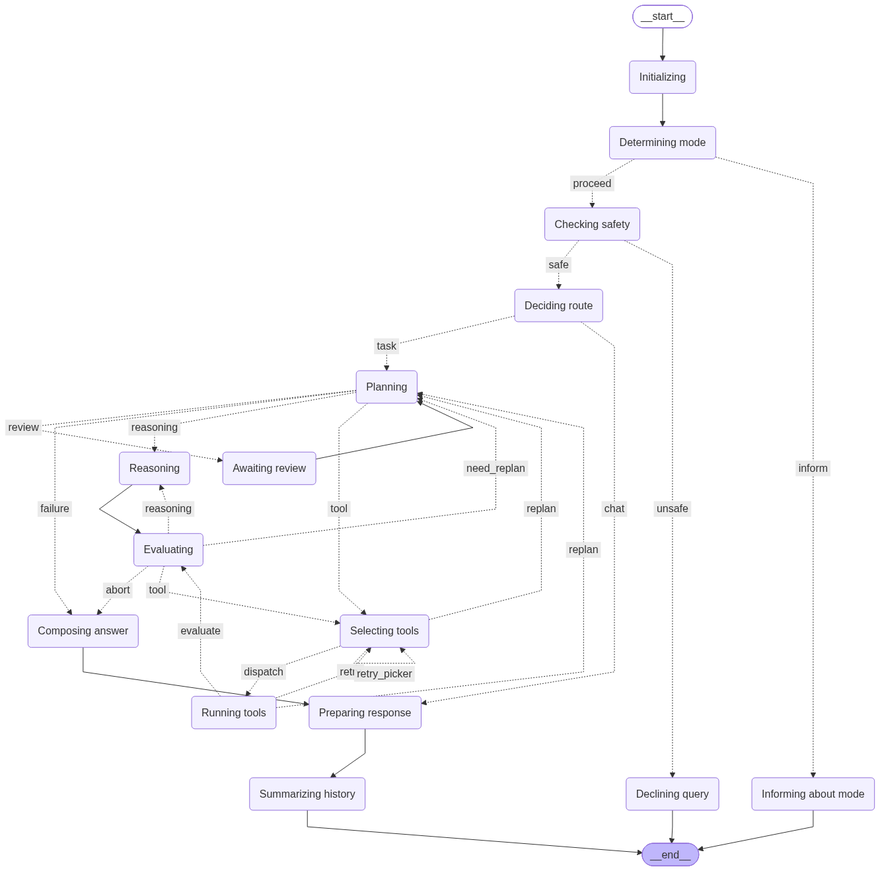
NeuroML/klea keeps this Mermaid diagram as agent_pkg/example-configs/klea-agent-lang-graph.png. Above is the earlier version. Its source is kept beside it as agent_pkg/example-configs/klea-agent-lang-graph.mmd.
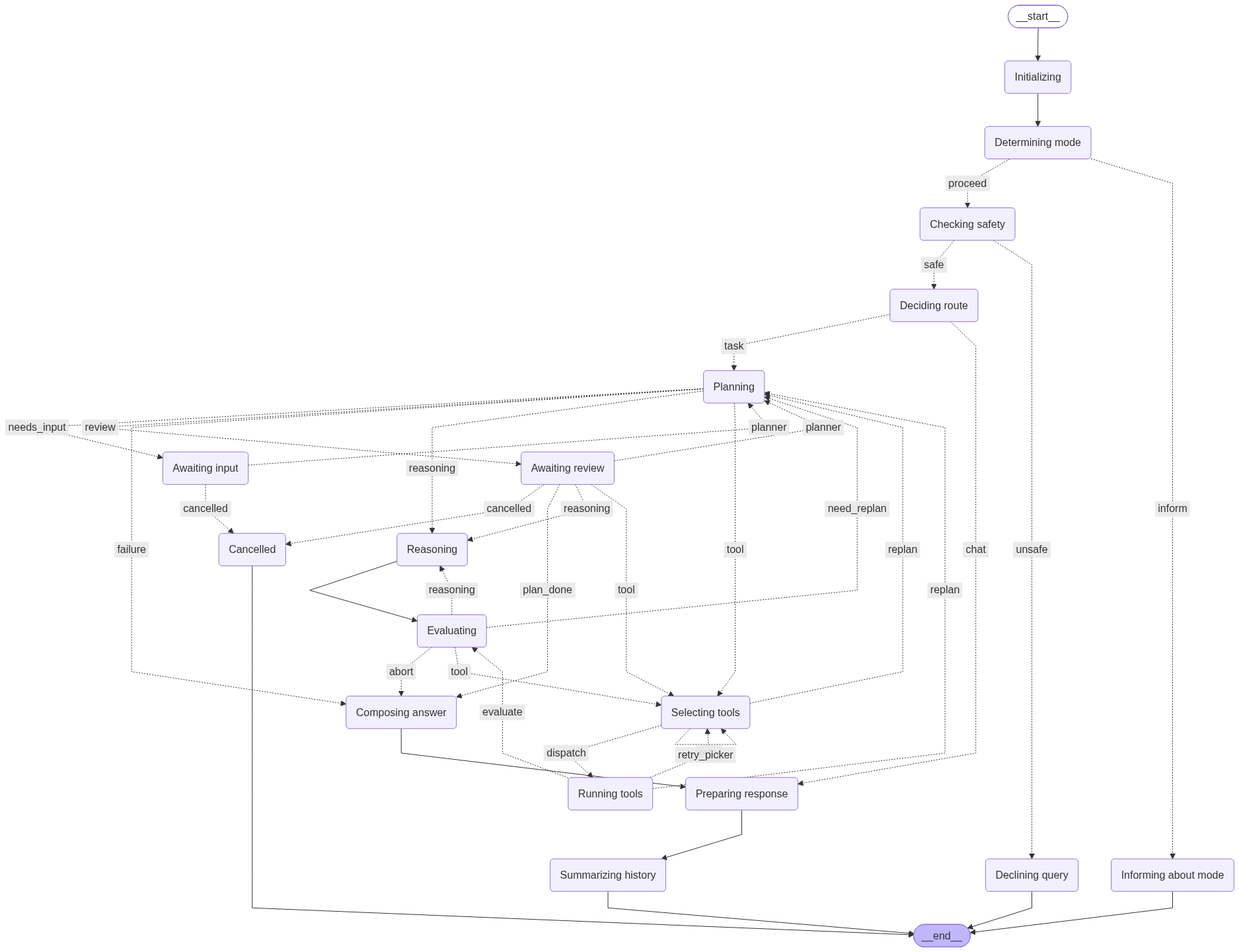
After the commit.

Diff of the diagram source:
```diff
@@ -19,9 +19,17 @@
 	Composing\20answer(Composing answer)
 	Preparing\20response(Preparing response)
 	Awaiting\20review(Awaiting review)
+	Awaiting\20input(Awaiting input)
+	Cancelled(Cancelled)
 	Summarizing\20history(Summarizing history)
 	__end__([<p>__end__</p>]):::last
-	Awaiting\20review --> Planning;
+	Awaiting\20input -. &nbsp;cancelled&nbsp; .-> Cancelled;
+	Awaiting\20input -. &nbsp;planner&nbsp; .-> Planning;
+	Awaiting\20review -. &nbsp;cancelled&nbsp; .-> Cancelled;
+	Awaiting\20review -. &nbsp;plan_done&nbsp; .-> Composing\20answer;
+	Awaiting\20review -. &nbsp;planner&nbsp; .-> Planning;
+	Awaiting\20review -. &nbsp;reasoning&nbsp; .-> Reasoning;
+	Awaiting\20review -. &nbsp;tool&nbsp; .-> Selecting\20tools;
 	Checking\20safety -. &nbsp;safe&nbsp; .-> Deciding\20route;
 	Checking\20safety -. &nbsp;unsafe&nbsp; .-> Declining\20query;
 	Composing\20answer --> Preparing\20response;
@@ -34,6 +42,7 @@
 	Evaluating -. &nbsp;reasoning&nbsp; .-> Reasoning;
 	Evaluating -. &nbsp;tool&nbsp; .-> Selecting\20tools;
 	Initializing --> Determining\20mode;
+	Planning -. &nbsp;needs_input&nbsp; .-> Awaiting\20input;
 	Planning -. &nbsp;review&nbsp; .-> Awaiting\20review;
 	Planning -. &nbsp;failure&nbsp; .-> Composing\20answer;
 	Planning -. &nbsp;reasoning&nbsp; .-> Reasoning;
@@ -46,6 +55,7 @@
 	Selecting\20tools -. &nbsp;replan&nbsp; .-> Planning;
 	Selecting\20tools -. &nbsp;dispatch&nbsp; .-> Running\20tools;
 	__start__ --> Initializing;
+	Cancelled --> __end__;
 	Declining\20query --> __end__;
 	Informing\20about\20mode --> __end__;
 	Summarizing\20history --> __end__;
```
